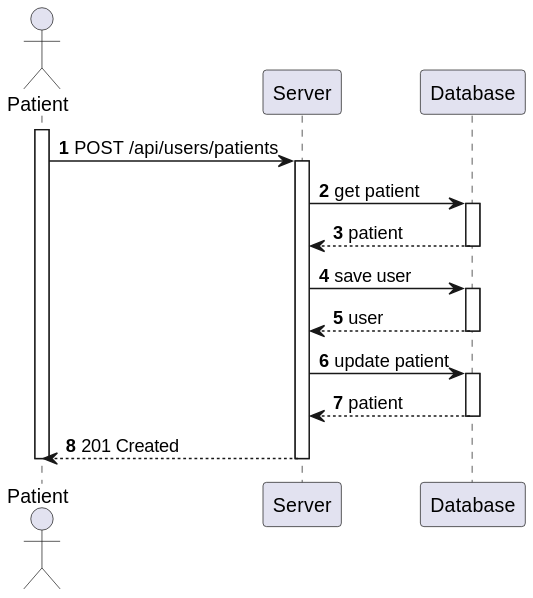
Earlier version of the PlantUML export docs/sprint-a/us-5.1.3/views/level3/process-view.svg (1220846/sem5pi-24-25-3ddg20).
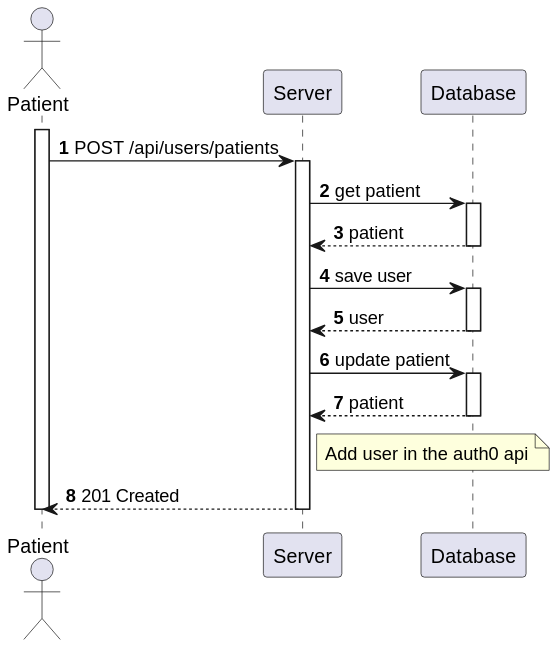
Above is the later version.

The edit, as a diff of the source:
```diff
@@ -35,6 +35,8 @@
 
         deactivate Database
 
+        Note  right of Server: Add user in the auth0 api
+
         Patient <-- Server : 201 Created
 
     deactivate Server
```
